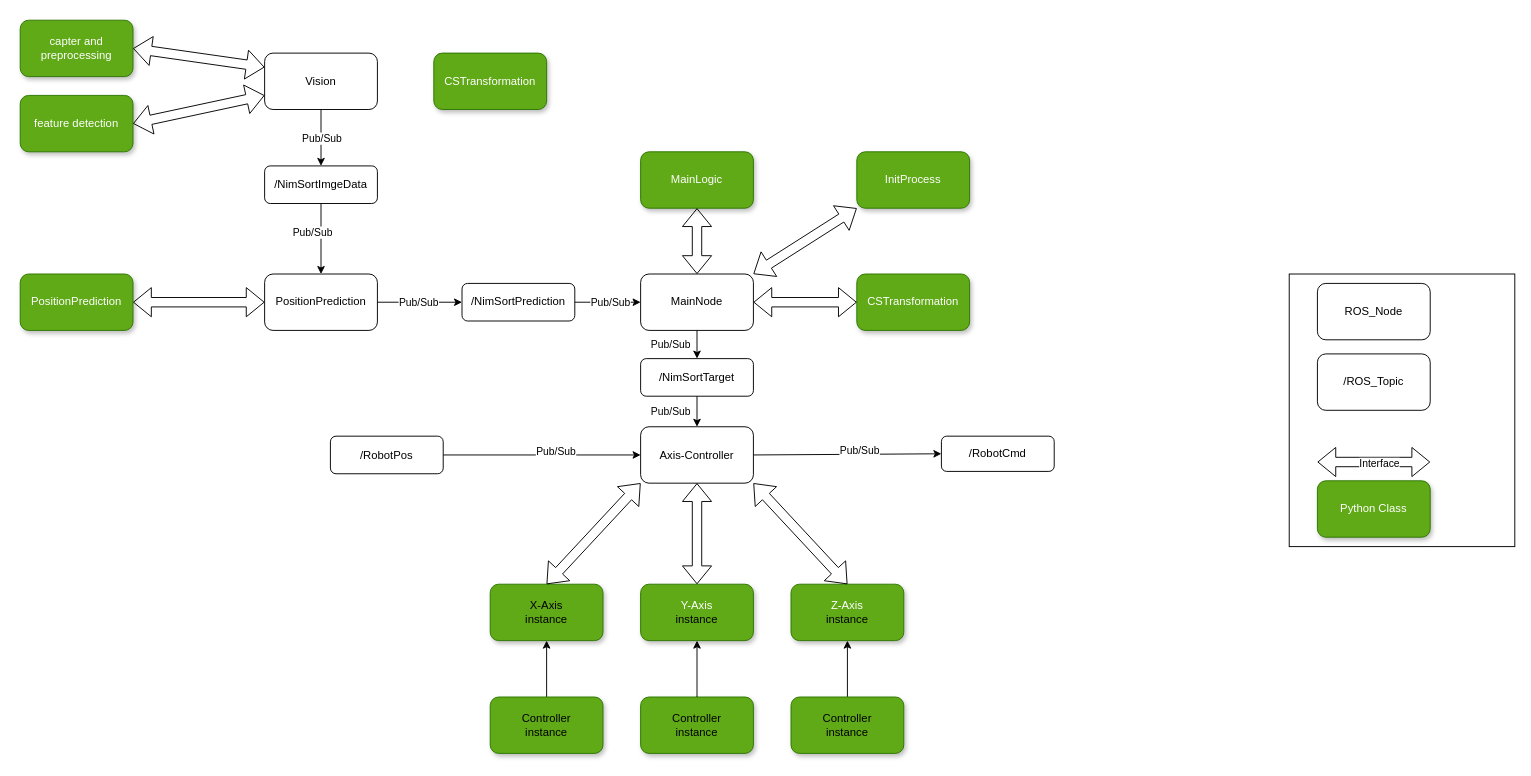
Earlier version of the draw.io diagram misc/arch.drawio (derlole/NimSort42). Source tidied: cells renumbered, new cells numbered last; positions are measured from the earlier drawing's top-left corner, leaving out a move shared by most shapes. Both pictures are drawn from the tidied source at 94%, with x=0, y=0 at pixel (20, 20).
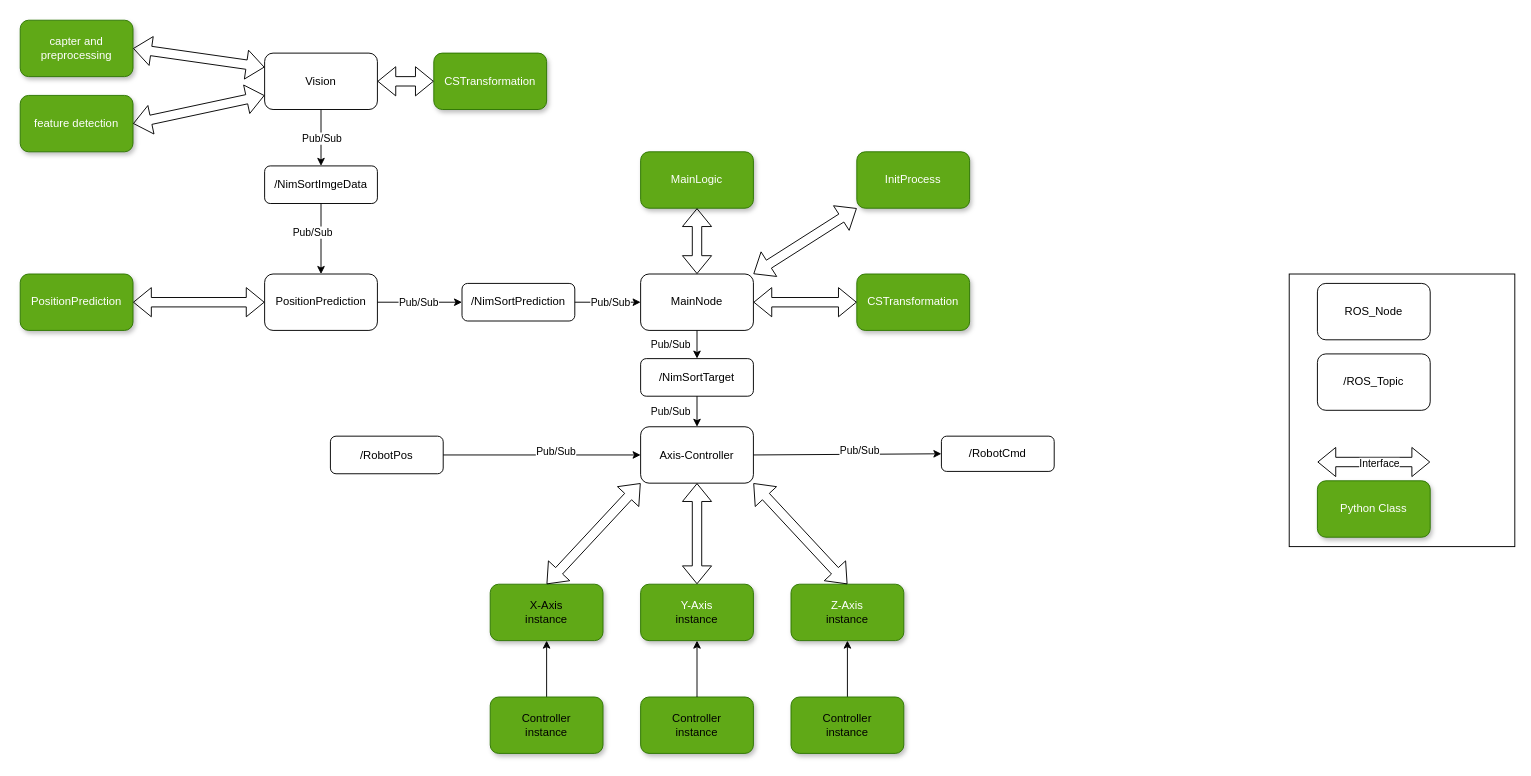
Above is the later version.

Unchanged cells that the change refers to:
```xml
<mxCell id="31" value="Vision" style="rounded=1;whiteSpace=wrap;html=1;fillColor=light-dark(#FFFFFF,#FF3399);shadow=0;strokeColor=light-dark(#000000,#0000FF);" parent="1" vertex="1">
  <mxGeometry x="260" y="35" width="120" height="60" as="geometry" />
</mxCell>
<mxCell id="57" value="CSTransformation" style="rounded=1;whiteSpace=wrap;html=1;shadow=1;fillColor=#60a917;fontColor=#ffffff;strokeColor=#2D7600;" parent="1" vertex="1">
  <mxGeometry x="440" y="35" width="120" height="60" as="geometry" />
</mxCell>
```

The edit, as a diff of the source:
```diff
@@
+    <mxCell id="58" style="shape=flexArrow;endArrow=classic;startArrow=classic;html=1;entryX=0;entryY=0.5;entryDx=0;entryDy=0;exitX=1;exitY=0.5;exitDx=0;exitDy=0;" parent="1" edge="1" source="31" target="57">
+      <mxGeometry relative="1" as="geometry" />
+    </mxCell>
```
